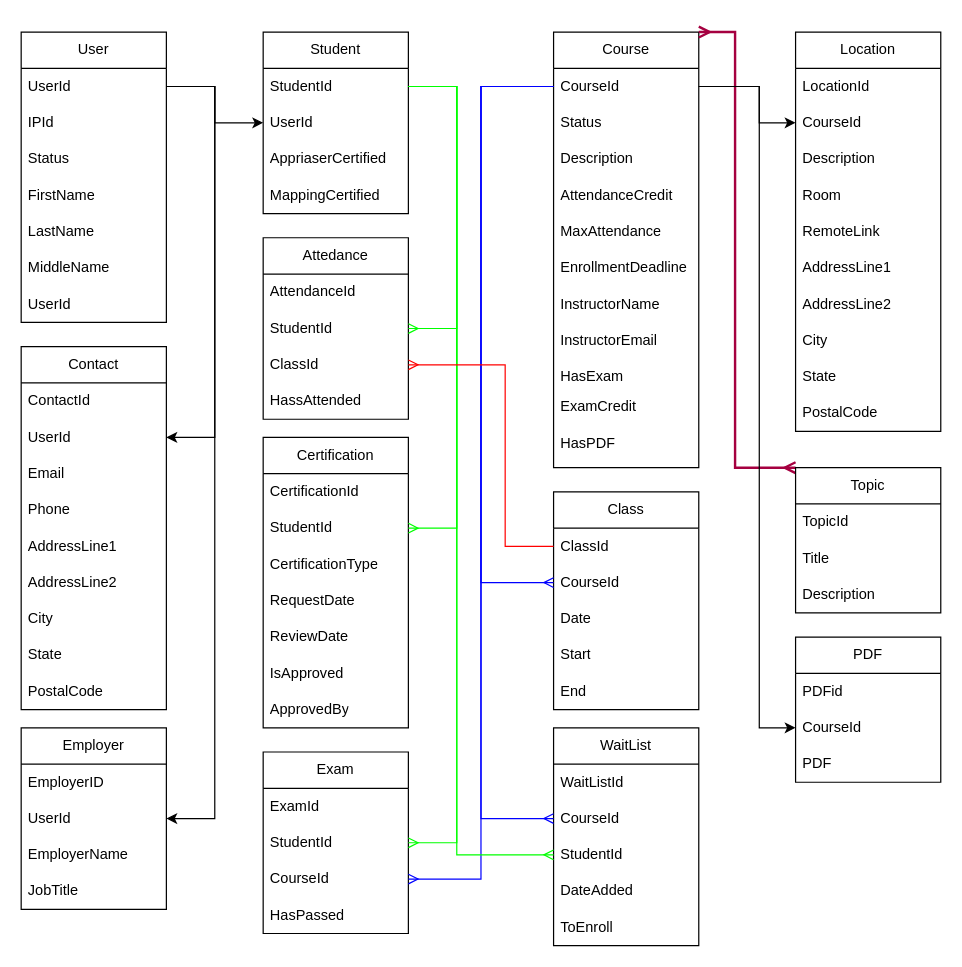
Earlier version of the draw.io diagram notes/Data_Model_Diagram_01.drawio (ArthurEOrtiz/ISTC-Education). Source tidied: cells renumbered, new cells numbered last; positions are measured from the earlier drawing's top-left corner, leaving out a move shared by most shapes. Both pictures are drawn from the tidied source at 121%, with x=0, y=0 at pixel (21, 31).
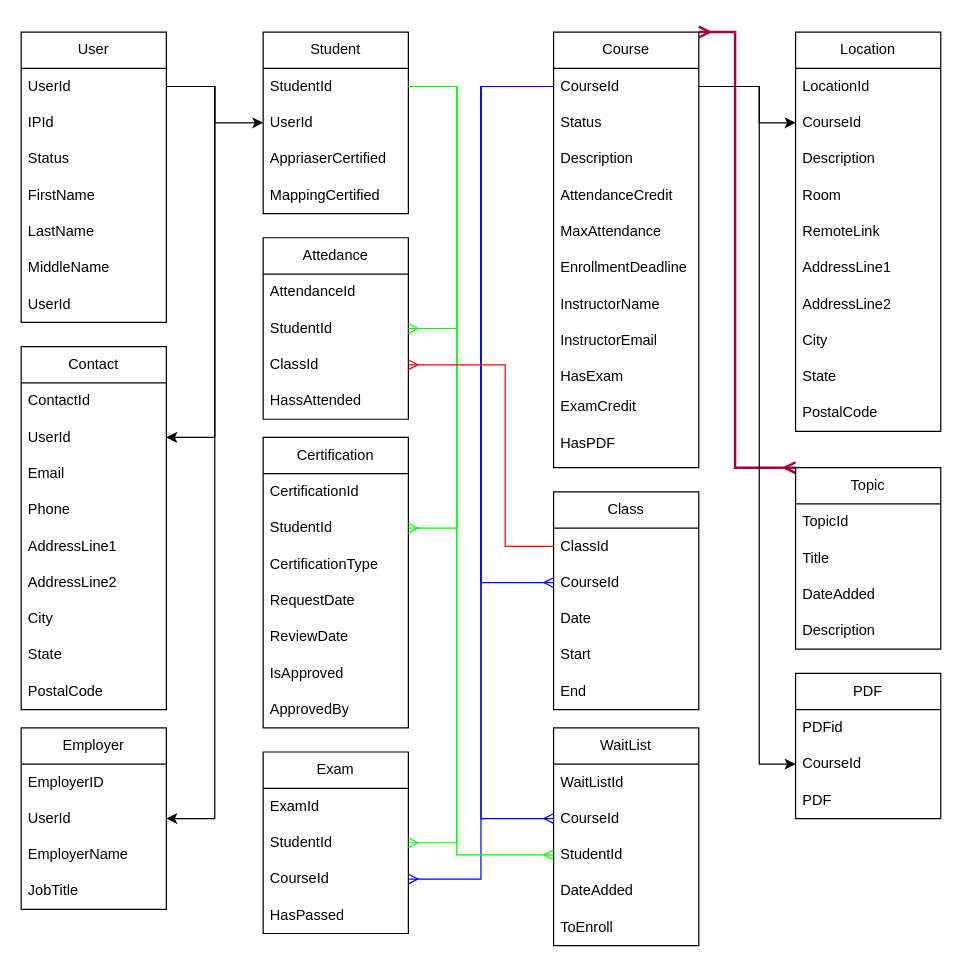
Above is the later version.

Unchanged cells that the change refers to:
```xml
<mxCell id="49" value="CourseId" style="text;strokeColor=none;fillColor=none;align=left;verticalAlign=middle;spacingLeft=4;spacingRight=4;overflow=hidden;points=[[0,0.5],[1,0.5]];portConstraint=eastwest;whiteSpace=wrap;html=1;" parent="48" vertex="1">
  <mxGeometry y="30" width="120" height="30" as="geometry" />
</mxCell>
<mxCell id="101" value="CourseId" style="text;strokeColor=none;fillColor=none;align=left;verticalAlign=middle;spacingLeft=4;spacingRight=4;overflow=hidden;points=[[0,0.5],[1,0.5]];portConstraint=eastwest;whiteSpace=wrap;html=1;" parent="99" vertex="1">
  <mxGeometry y="60" width="120" height="30" as="geometry" />
</mxCell>
```

The edit, as a diff of the source:
```diff
@@
     <mxCell id="81" value="Topic" style="swimlane;fontStyle=0;horizontal=1;startSize=30;whiteSpace=wrap;html=1;" parent="1" vertex="1">
-      <mxGeometry x="640" y="360" width="120" height="120" as="geometry" />
+      <mxGeometry x="640" y="360" width="120" height="150" as="geometry" />
     </mxCell>
@@
+    <mxCell id="105" value="DateAdded" style="text;strokeColor=none;fillColor=none;align=left;verticalAlign=middle;spacingLeft=4;spacingRight=4;overflow=hidden;whiteSpace=wrap;html=1;" parent="81" vertex="1">
+      <mxGeometry y="90" width="120" height="30" as="geometry" />
+    </mxCell>
     <mxCell id="84" value="Description" style="text;strokeColor=none;fillColor=none;align=left;verticalAlign=middle;spacingLeft=4;spacingRight=4;overflow=hidden;whiteSpace=wrap;html=1;" parent="81" vertex="1">
-      <mxGeometry y="90" width="120" height="30" as="geometry" />
+      <mxGeometry y="120" width="120" height="30" as="geometry" />
     </mxCell>
@@
     <mxCell id="99" value="PDF" style="swimlane;fontStyle=0;horizontal=1;startSize=30;whiteSpace=wrap;html=1;" parent="1" vertex="1">
-      <mxGeometry x="640" y="500" width="120" height="120" as="geometry" />
+      <mxGeometry x="640" y="530" width="120" height="120" as="geometry" />
     </mxCell>
@@
     <mxCell id="103" style="edgeStyle=orthogonalEdgeStyle;rounded=0;jettySize=auto;html=1;entryX=0;entryY=0.5;entryDx=0;entryDy=0;" parent="1" edge="1" source="49" target="101">
       <mxGeometry relative="1" as="geometry">
         <Array as="points">
           <mxPoint x="610" y="45" />
-          <mxPoint x="610" y="575" />
+          <mxPoint x="610" y="605" />
         </Array>
       </mxGeometry>
     </mxCell>
```
